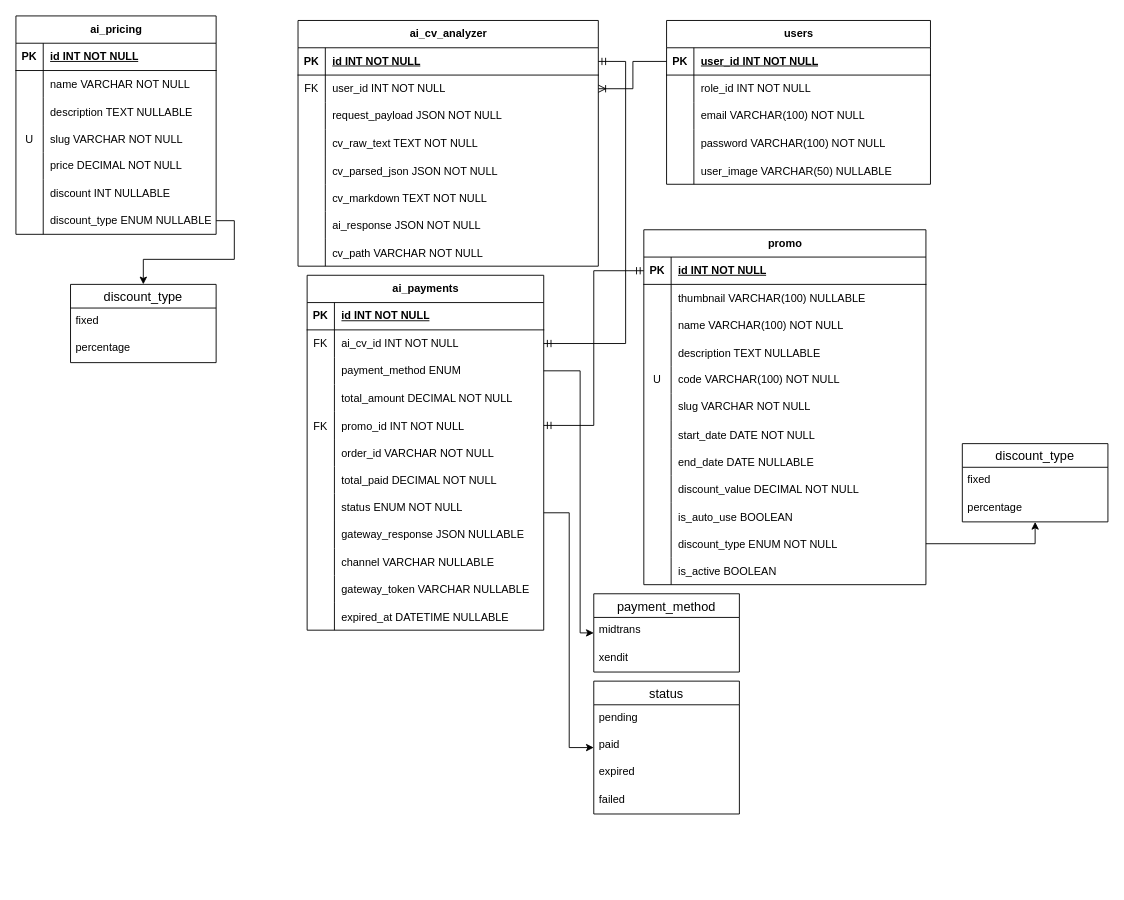
Above: schema/schema.drawio in muhammadoby/bikincv-ai (draw.io), before the change. Source tidied: cells renumbered, new cells numbered last; positions are measured from the earlier drawing's top-left corner, leaving out a move shared by most shapes. Both pictures are drawn from the tidied source at 91%, with x=0, y=0 at pixel (15, 15).
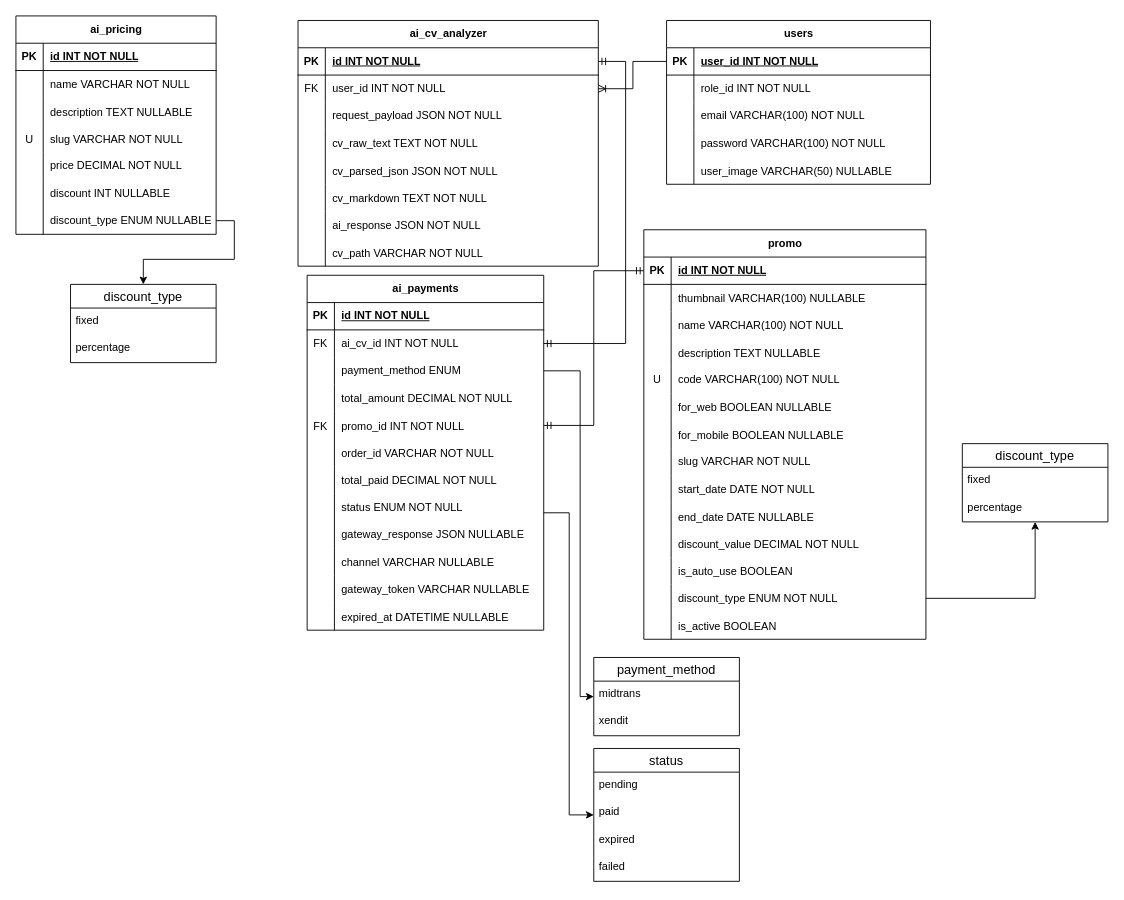
The same page after the edit.

The edit, as a diff of the source:
```diff
@@
     <mxCell id="80" value="promo" style="shape=table;startSize=30;childLayout=tableLayout;rowLines=0;fontStyle=1;align=center;html=1;" parent="1" vertex="1">
-      <mxGeometry x="690" y="235" width="310" height="390" as="geometry" />
+      <mxGeometry x="690" y="235" width="310" height="450" as="geometry" />
     </mxCell>
@@
+    <mxCell id="160" style="shape=tableRow;horizontal=0;startSize=0;swimlaneHead=0;swimlaneBody=0;fillColor=none;top=0;left=0;right=0;bottom=0;" parent="80" vertex="1">
+      <mxGeometry y="180" width="310" height="30" as="geometry" />
+    </mxCell>
+    <mxCell id="161" style="shape=partialRectangle;fillColor=none;top=0;left=0;bottom=0;right=0;overflow=hidden;" parent="160" vertex="1">
+      <mxGeometry width="30" height="30" as="geometry" />
+    </mxCell>
+    <mxCell id="162" value="for_web BOOLEAN NULLABLE" style="shape=partialRectangle;fillColor=none;top=0;left=0;bottom=0;right=0;align=left;spacingLeft=6;overflow=hidden;" parent="160" vertex="1">
+      <mxGeometry x="30" width="280" height="30" as="geometry" />
+    </mxCell>
+    <mxCell id="163" style="shape=tableRow;horizontal=0;startSize=0;swimlaneHead=0;swimlaneBody=0;fillColor=none;top=0;left=0;right=0;bottom=0;" parent="80" vertex="1">
+      <mxGeometry y="210" width="310" height="30" as="geometry" />
+    </mxCell>
+    <mxCell id="164" style="shape=partialRectangle;fillColor=none;top=0;left=0;bottom=0;right=0;overflow=hidden;" parent="163" vertex="1">
+      <mxGeometry width="30" height="30" as="geometry" />
+    </mxCell>
+    <mxCell id="165" value="for_mobile BOOLEAN NULLABLE" style="shape=partialRectangle;fillColor=none;top=0;left=0;bottom=0;right=0;align=left;spacingLeft=6;overflow=hidden;" parent="163" vertex="1">
+      <mxGeometry x="30" width="280" height="30" as="geometry" />
+    </mxCell>
     <mxCell id="96" style="shape=tableRow;horizontal=0;startSize=0;swimlaneHead=0;swimlaneBody=0;fillColor=none;top=0;left=0;right=0;bottom=0;" parent="80" vertex="1">
-      <mxGeometry y="180" width="310" height="30" as="geometry" />
+      <mxGeometry y="240" width="310" height="30" as="geometry" />
     </mxCell>
@@
     <mxCell id="99" style="shape=tableRow;horizontal=0;startSize=0;swimlaneHead=0;swimlaneBody=0;fillColor=none;top=0;left=0;right=0;bottom=0;" parent="80" vertex="1">
-      <mxGeometry y="210" width="310" height="30" as="geometry" />
+      <mxGeometry y="270" width="310" height="30" as="geometry" />
     </mxCell>
@@
     <mxCell id="102" style="shape=tableRow;horizontal=0;startSize=0;swimlaneHead=0;swimlaneBody=0;fillColor=none;top=0;left=0;right=0;bottom=0;" parent="80" vertex="1">
-      <mxGeometry y="240" width="310" height="30" as="geometry" />
+      <mxGeometry y="300" width="310" height="30" as="geometry" />
     </mxCell>
@@
     <mxCell id="105" style="shape=tableRow;horizontal=0;startSize=0;swimlaneHead=0;swimlaneBody=0;fillColor=none;top=0;left=0;right=0;bottom=0;" parent="80" vertex="1">
-      <mxGeometry y="270" width="310" height="30" as="geometry" />
+      <mxGeometry y="330" width="310" height="30" as="geometry" />
     </mxCell>
@@
     <mxCell id="108" style="shape=tableRow;horizontal=0;startSize=0;swimlaneHead=0;swimlaneBody=0;fillColor=none;top=0;left=0;right=0;bottom=0;" parent="80" vertex="1">
-      <mxGeometry y="300" width="310" height="30" as="geometry" />
+      <mxGeometry y="360" width="310" height="30" as="geometry" />
     </mxCell>
@@
     <mxCell id="111" style="shape=tableRow;horizontal=0;startSize=0;swimlaneHead=0;swimlaneBody=0;fillColor=none;points=[[0,0.5],[1,0.5]];portConstraint=eastwest;top=0;left=0;right=0;bottom=0;" parent="80" vertex="1">
-      <mxGeometry y="330" width="310" height="30" as="geometry" />
+      <mxGeometry y="390" width="310" height="30" as="geometry" />
     </mxCell>
@@
     <mxCell id="114" style="shape=tableRow;horizontal=0;startSize=0;swimlaneHead=0;swimlaneBody=0;fillColor=none;top=0;left=0;right=0;bottom=0;" parent="80" vertex="1">
-      <mxGeometry y="360" width="310" height="30" as="geometry" />
+      <mxGeometry y="420" width="310" height="30" as="geometry" />
     </mxCell>
@@
     <mxCell id="118" value="payment_method" style="swimlane;fontStyle=0;horizontal=1;startSize=26;align=center;fontSize=14;" parent="1" vertex="1">
-      <mxGeometry x="635" y="635" width="160" height="86" as="geometry" />
+      <mxGeometry x="635" y="705" width="160" height="86" as="geometry" />
     </mxCell>
@@
     <mxCell id="122" value="status" style="swimlane;fontStyle=0;horizontal=1;startSize=26;align=center;fontSize=14;" parent="1" vertex="1">
-      <mxGeometry x="635" y="731" width="160" height="146" as="geometry" />
+      <mxGeometry x="635" y="805" width="160" height="146" as="geometry" />
     </mxCell>
```
